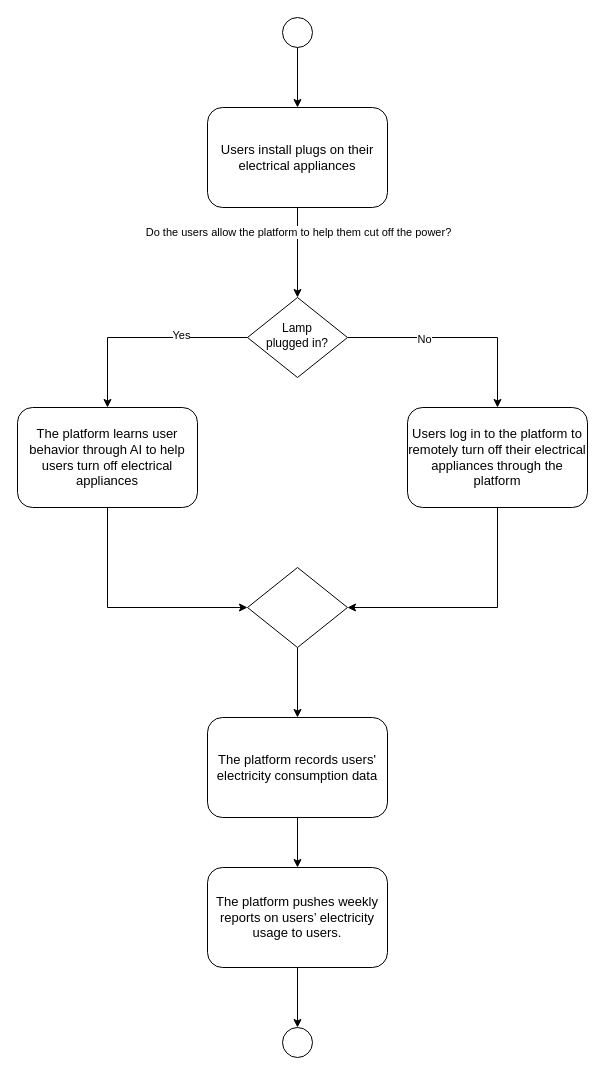
This is Untitled Diagram.drawio from ZhaohanGao/DjangoCRM, a draw.io file, before an edit. Source tidied: cells renumbered, new cells numbered last; positions are measured from the earlier drawing's top-left corner, leaving out a move shared by most shapes. Both pictures are drawn from the tidied source at 100%, with x=0, y=0 at pixel (17, 17).
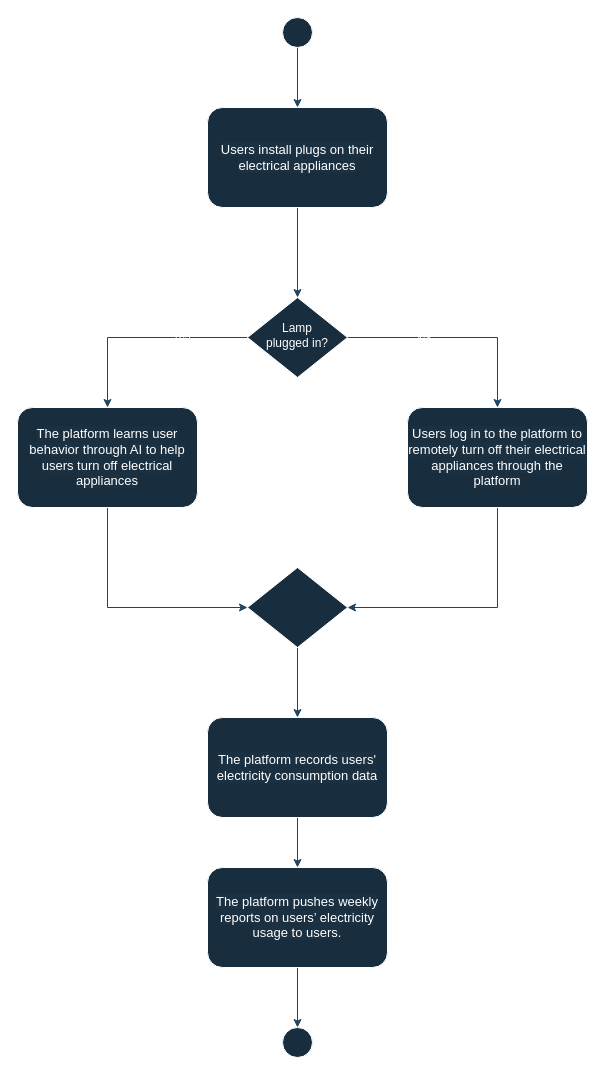
Above is the later version.

The edit, as a diff of the source:
```diff
@@
-    <mxCell id="2" style="edgeStyle=orthogonalEdgeStyle;rounded=0;jettySize=auto;html=1;" parent="1" edge="1" source="3" target="6">
+    <mxCell id="2" style="edgeStyle=orthogonalEdgeStyle;rounded=0;jettySize=auto;html=1;labelBackgroundColor=none;fontColor=default;strokeColor=#23445D;" parent="1" edge="1" source="3" target="6">
       <mxGeometry relative="1" as="geometry" />
     </mxCell>
-    <mxCell id="3" style="ellipse;whiteSpace=wrap;html=1;" parent="1" vertex="1">
+    <mxCell id="3" style="ellipse;whiteSpace=wrap;html=1;labelBackgroundColor=none;fillColor=#182E3E;strokeColor=#FFFFFF;fontColor=#FFFFFF;" parent="1" vertex="1">
       <mxGeometry x="265" width="30" height="30" as="geometry" />
     </mxCell>
-    <mxCell id="4" style="edgeStyle=orthogonalEdgeStyle;rounded=0;jettySize=auto;html=1;" parent="1" edge="1" source="6" target="11">
+    <mxCell id="4" style="edgeStyle=orthogonalEdgeStyle;rounded=0;jettySize=auto;html=1;labelBackgroundColor=none;fontColor=default;strokeColor=#23445D;" parent="1" edge="1" source="6" target="11">
       <mxGeometry relative="1" as="geometry" />
     </mxCell>
-    <mxCell id="5" value="Do the users allow the platform to help them cut off the power?" style="edgeLabel;html=1;align=center;verticalAlign=middle;" parent="4" vertex="1">
+    <mxCell id="5" value="Do the users allow the platform to help them cut off the power?" style="edgeLabel;html=1;align=center;verticalAlign=middle;labelBackgroundColor=none;fontColor=#FFFFFF;" parent="4" vertex="1">
       <mxGeometry x="-0.47" relative="1" as="geometry" />
     </mxCell>
-    <mxCell id="6" value="&lt;span style=&quot;font-family: &amp;quot;Microsoft YaHei&amp;quot;, 微软雅黑, Arial; font-size: 13px; background-color: rgba(255, 255, 255, 0.01);&quot;&gt;Users install plugs on their electrical appliances&lt;/span&gt;" style="rounded=1;whiteSpace=wrap;html=1;fontSize=12;glass=0;strokeWidth=1;shadow=0;" parent="1" vertex="1">
+    <mxCell id="6" value="&lt;span style=&quot;font-family: &amp;quot;Microsoft YaHei&amp;quot;, 微软雅黑, Arial; font-size: 13px; background-color: rgba(255, 255, 255, 0.01);&quot;&gt;Users install plugs on their electrical appliances&lt;/span&gt;" style="rounded=1;whiteSpace=wrap;html=1;fontSize=12;glass=0;strokeWidth=1;shadow=0;labelBackgroundColor=none;fillColor=#182E3E;strokeColor=#FFFFFF;fontColor=#FFFFFF;" parent="1" vertex="1">
       <mxGeometry x="190" y="90" width="180" height="100" as="geometry" />
     </mxCell>
-    <mxCell id="7" style="edgeStyle=orthogonalEdgeStyle;rounded=0;jettySize=auto;html=1;exitX=0;exitY=0.5;exitDx=0;exitDy=0;" parent="1" edge="1" source="11" target="13">
+    <mxCell id="7" style="edgeStyle=orthogonalEdgeStyle;rounded=0;jettySize=auto;html=1;exitX=0;exitY=0.5;exitDx=0;exitDy=0;labelBackgroundColor=none;fontColor=default;strokeColor=#23445D;" parent="1" edge="1" source="11" target="13">
       <mxGeometry relative="1" as="geometry" />
     </mxCell>
-    <mxCell id="8" value="Yes" style="edgeLabel;html=1;align=center;verticalAlign=middle;" parent="7" vertex="1">
+    <mxCell id="8" value="Yes" style="edgeLabel;html=1;align=center;verticalAlign=middle;labelBackgroundColor=none;fontColor=#FFFFFF;" parent="7" vertex="1">
       <mxGeometry x="-0.36" y="-3" relative="1" as="geometry" />
     </mxCell>
-    <mxCell id="9" style="edgeStyle=orthogonalEdgeStyle;rounded=0;jettySize=auto;html=1;exitX=1;exitY=0.5;exitDx=0;exitDy=0;" parent="1" edge="1" source="11" target="15">
+    <mxCell id="9" style="edgeStyle=orthogonalEdgeStyle;rounded=0;jettySize=auto;html=1;exitX=1;exitY=0.5;exitDx=0;exitDy=0;labelBackgroundColor=none;fontColor=default;strokeColor=#23445D;" parent="1" edge="1" source="11" target="15">
       <mxGeometry relative="1" as="geometry" />
     </mxCell>
-    <mxCell id="10" value="No" style="edgeLabel;html=1;align=center;verticalAlign=middle;" parent="9" vertex="1">
+    <mxCell id="10" value="No" style="edgeLabel;html=1;align=center;verticalAlign=middle;labelBackgroundColor=none;fontColor=#FFFFFF;" parent="9" vertex="1">
       <mxGeometry x="-0.31" y="-1" relative="1" as="geometry" />
     </mxCell>
-    <mxCell id="11" value="Lamp&lt;br&gt;plugged in?" style="rhombus;whiteSpace=wrap;html=1;shadow=0;fontFamily=Helvetica;fontSize=12;align=center;strokeWidth=1;spacing=6;spacingTop=-4;" parent="1" vertex="1">
+    <mxCell id="11" value="Lamp&lt;br&gt;plugged in?" style="rhombus;whiteSpace=wrap;html=1;shadow=0;fontFamily=Helvetica;fontSize=12;align=center;strokeWidth=1;spacing=6;spacingTop=-4;labelBackgroundColor=none;fillColor=#182E3E;strokeColor=#FFFFFF;fontColor=#FFFFFF;" parent="1" vertex="1">
       <mxGeometry x="230" y="280" width="100" height="80" as="geometry" />
     </mxCell>
-    <mxCell id="12" style="edgeStyle=orthogonalEdgeStyle;rounded=0;jettySize=auto;html=1;exitX=0.5;exitY=1;exitDx=0;exitDy=0;entryX=0;entryY=0.5;entryDx=0;entryDy=0;" parent="1" edge="1" source="13" target="17">
+    <mxCell id="12" style="edgeStyle=orthogonalEdgeStyle;rounded=0;jettySize=auto;html=1;exitX=0.5;exitY=1;exitDx=0;exitDy=0;entryX=0;entryY=0.5;entryDx=0;entryDy=0;labelBackgroundColor=none;fontColor=default;strokeColor=#23445D;" parent="1" edge="1" source="13" target="17">
       <mxGeometry relative="1" as="geometry" />
     </mxCell>
-    <mxCell id="13" value="&lt;span style=&quot;font-family: &amp;quot;Microsoft YaHei&amp;quot;, 微软雅黑, Arial; font-size: 13px; background-color: rgba(255, 255, 255, 0.01);&quot;&gt;The platform learns user behavior through AI to help users turn off electrical appliances&lt;/span&gt;" style="rounded=1;whiteSpace=wrap;html=1;fontSize=12;glass=0;strokeWidth=1;shadow=0;" parent="1" vertex="1">
+    <mxCell id="13" value="&lt;span style=&quot;font-family: &amp;quot;Microsoft YaHei&amp;quot;, 微软雅黑, Arial; font-size: 13px; background-color: rgba(255, 255, 255, 0.01);&quot;&gt;The platform learns user behavior through AI to help users turn off electrical appliances&lt;/span&gt;" style="rounded=1;whiteSpace=wrap;html=1;fontSize=12;glass=0;strokeWidth=1;shadow=0;labelBackgroundColor=none;fillColor=#182E3E;strokeColor=#FFFFFF;fontColor=#FFFFFF;" parent="1" vertex="1">
       <mxGeometry y="390" width="180" height="100" as="geometry" />
     </mxCell>
-    <mxCell id="14" style="edgeStyle=orthogonalEdgeStyle;rounded=0;jettySize=auto;html=1;exitX=0.5;exitY=1;exitDx=0;exitDy=0;entryX=1;entryY=0.5;entryDx=0;entryDy=0;" parent="1" edge="1" source="15" target="17">
+    <mxCell id="14" style="edgeStyle=orthogonalEdgeStyle;rounded=0;jettySize=auto;html=1;exitX=0.5;exitY=1;exitDx=0;exitDy=0;entryX=1;entryY=0.5;entryDx=0;entryDy=0;labelBackgroundColor=none;fontColor=default;strokeColor=#23445D;" parent="1" edge="1" source="15" target="17">
       <mxGeometry relative="1" as="geometry" />
     </mxCell>
-    <mxCell id="15" value="&lt;span style=&quot;font-family: &amp;quot;Microsoft YaHei&amp;quot;, 微软雅黑, Arial; font-size: 13px; background-color: rgba(255, 255, 255, 0.01);&quot;&gt;Users log in to the platform to remotely turn off their electrical appliances through the platform&lt;/span&gt;" style="rounded=1;whiteSpace=wrap;html=1;fontSize=12;glass=0;strokeWidth=1;shadow=0;" parent="1" vertex="1">
+    <mxCell id="15" value="&lt;span style=&quot;font-family: &amp;quot;Microsoft YaHei&amp;quot;, 微软雅黑, Arial; font-size: 13px; background-color: rgba(255, 255, 255, 0.01);&quot;&gt;Users log in to the platform to remotely turn off their electrical appliances through the platform&lt;/span&gt;" style="rounded=1;whiteSpace=wrap;html=1;fontSize=12;glass=0;strokeWidth=1;shadow=0;labelBackgroundColor=none;fillColor=#182E3E;strokeColor=#FFFFFF;fontColor=#FFFFFF;" parent="1" vertex="1">
       <mxGeometry x="390" y="390" width="180" height="100" as="geometry" />
     </mxCell>
-    <mxCell id="16" style="edgeStyle=orthogonalEdgeStyle;rounded=0;jettySize=auto;html=1;" parent="1" edge="1" source="17" target="19">
+    <mxCell id="16" style="edgeStyle=orthogonalEdgeStyle;rounded=0;jettySize=auto;html=1;labelBackgroundColor=none;fontColor=default;strokeColor=#23445D;" parent="1" edge="1" source="17" target="19">
       <mxGeometry relative="1" as="geometry" />
     </mxCell>
-    <mxCell id="17" style="rhombus;whiteSpace=wrap;html=1;shadow=0;fontFamily=Helvetica;fontSize=12;align=center;strokeWidth=1;spacing=6;spacingTop=-4;" parent="1" vertex="1">
+    <mxCell id="17" style="rhombus;whiteSpace=wrap;html=1;shadow=0;fontFamily=Helvetica;fontSize=12;align=center;strokeWidth=1;spacing=6;spacingTop=-4;labelBackgroundColor=none;fillColor=#182E3E;strokeColor=#FFFFFF;fontColor=#FFFFFF;" parent="1" vertex="1">
       <mxGeometry x="230" y="550" width="100" height="80" as="geometry" />
     </mxCell>
-    <mxCell id="18" style="edgeStyle=orthogonalEdgeStyle;rounded=0;jettySize=auto;html=1;" parent="1" edge="1" source="19" target="21">
+    <mxCell id="18" style="edgeStyle=orthogonalEdgeStyle;rounded=0;jettySize=auto;html=1;labelBackgroundColor=none;fontColor=default;strokeColor=#23445D;" parent="1" edge="1" source="19" target="21">
       <mxGeometry relative="1" as="geometry" />
     </mxCell>
-    <mxCell id="19" value="&lt;span style=&quot;font-family: &amp;quot;Microsoft YaHei&amp;quot;, 微软雅黑, Arial; font-size: 13px; background-color: rgba(255, 255, 255, 0.01);&quot;&gt;The platform records users' electricity consumption data&lt;/span&gt;" style="rounded=1;whiteSpace=wrap;html=1;fontSize=12;glass=0;strokeWidth=1;shadow=0;" parent="1" vertex="1">
+    <mxCell id="19" value="&lt;span style=&quot;font-family: &amp;quot;Microsoft YaHei&amp;quot;, 微软雅黑, Arial; font-size: 13px; background-color: rgba(255, 255, 255, 0.01);&quot;&gt;The platform records users' electricity consumption data&lt;/span&gt;" style="rounded=1;whiteSpace=wrap;html=1;fontSize=12;glass=0;strokeWidth=1;shadow=0;labelBackgroundColor=none;fillColor=#182E3E;strokeColor=#FFFFFF;fontColor=#FFFFFF;" parent="1" vertex="1">
       <mxGeometry x="190" y="700" width="180" height="100" as="geometry" />
     </mxCell>
-    <mxCell id="20" style="edgeStyle=orthogonalEdgeStyle;rounded=0;jettySize=auto;html=1;" parent="1" edge="1" source="21" target="22">
+    <mxCell id="20" style="edgeStyle=orthogonalEdgeStyle;rounded=0;jettySize=auto;html=1;labelBackgroundColor=none;fontColor=default;strokeColor=#23445D;" parent="1" edge="1" source="21" target="22">
       <mxGeometry relative="1" as="geometry" />
     </mxCell>
-    <mxCell id="21" value="&lt;span style=&quot;font-family: &amp;quot;Microsoft YaHei&amp;quot;, 微软雅黑, Arial; font-size: 13px; background-color: rgba(255, 255, 255, 0.01);&quot;&gt;The platform pushes weekly reports on users’ electricity usage to users.&lt;/span&gt;" style="rounded=1;whiteSpace=wrap;html=1;fontSize=12;glass=0;strokeWidth=1;shadow=0;" parent="1" vertex="1">
+    <mxCell id="21" value="&lt;span style=&quot;font-family: &amp;quot;Microsoft YaHei&amp;quot;, 微软雅黑, Arial; font-size: 13px; background-color: rgba(255, 255, 255, 0.01);&quot;&gt;The platform pushes weekly reports on users’ electricity usage to users.&lt;/span&gt;" style="rounded=1;whiteSpace=wrap;html=1;fontSize=12;glass=0;strokeWidth=1;shadow=0;labelBackgroundColor=none;fillColor=#182E3E;strokeColor=#FFFFFF;fontColor=#FFFFFF;" parent="1" vertex="1">
       <mxGeometry x="190" y="850" width="180" height="100" as="geometry" />
     </mxCell>
-    <mxCell id="22" style="ellipse;whiteSpace=wrap;html=1;" parent="1" vertex="1">
+    <mxCell id="22" style="ellipse;whiteSpace=wrap;html=1;labelBackgroundColor=none;fillColor=#182E3E;strokeColor=#FFFFFF;fontColor=#FFFFFF;" parent="1" vertex="1">
       <mxGeometry x="265" y="1010" width="30" height="30" as="geometry" />
     </mxCell>
```
